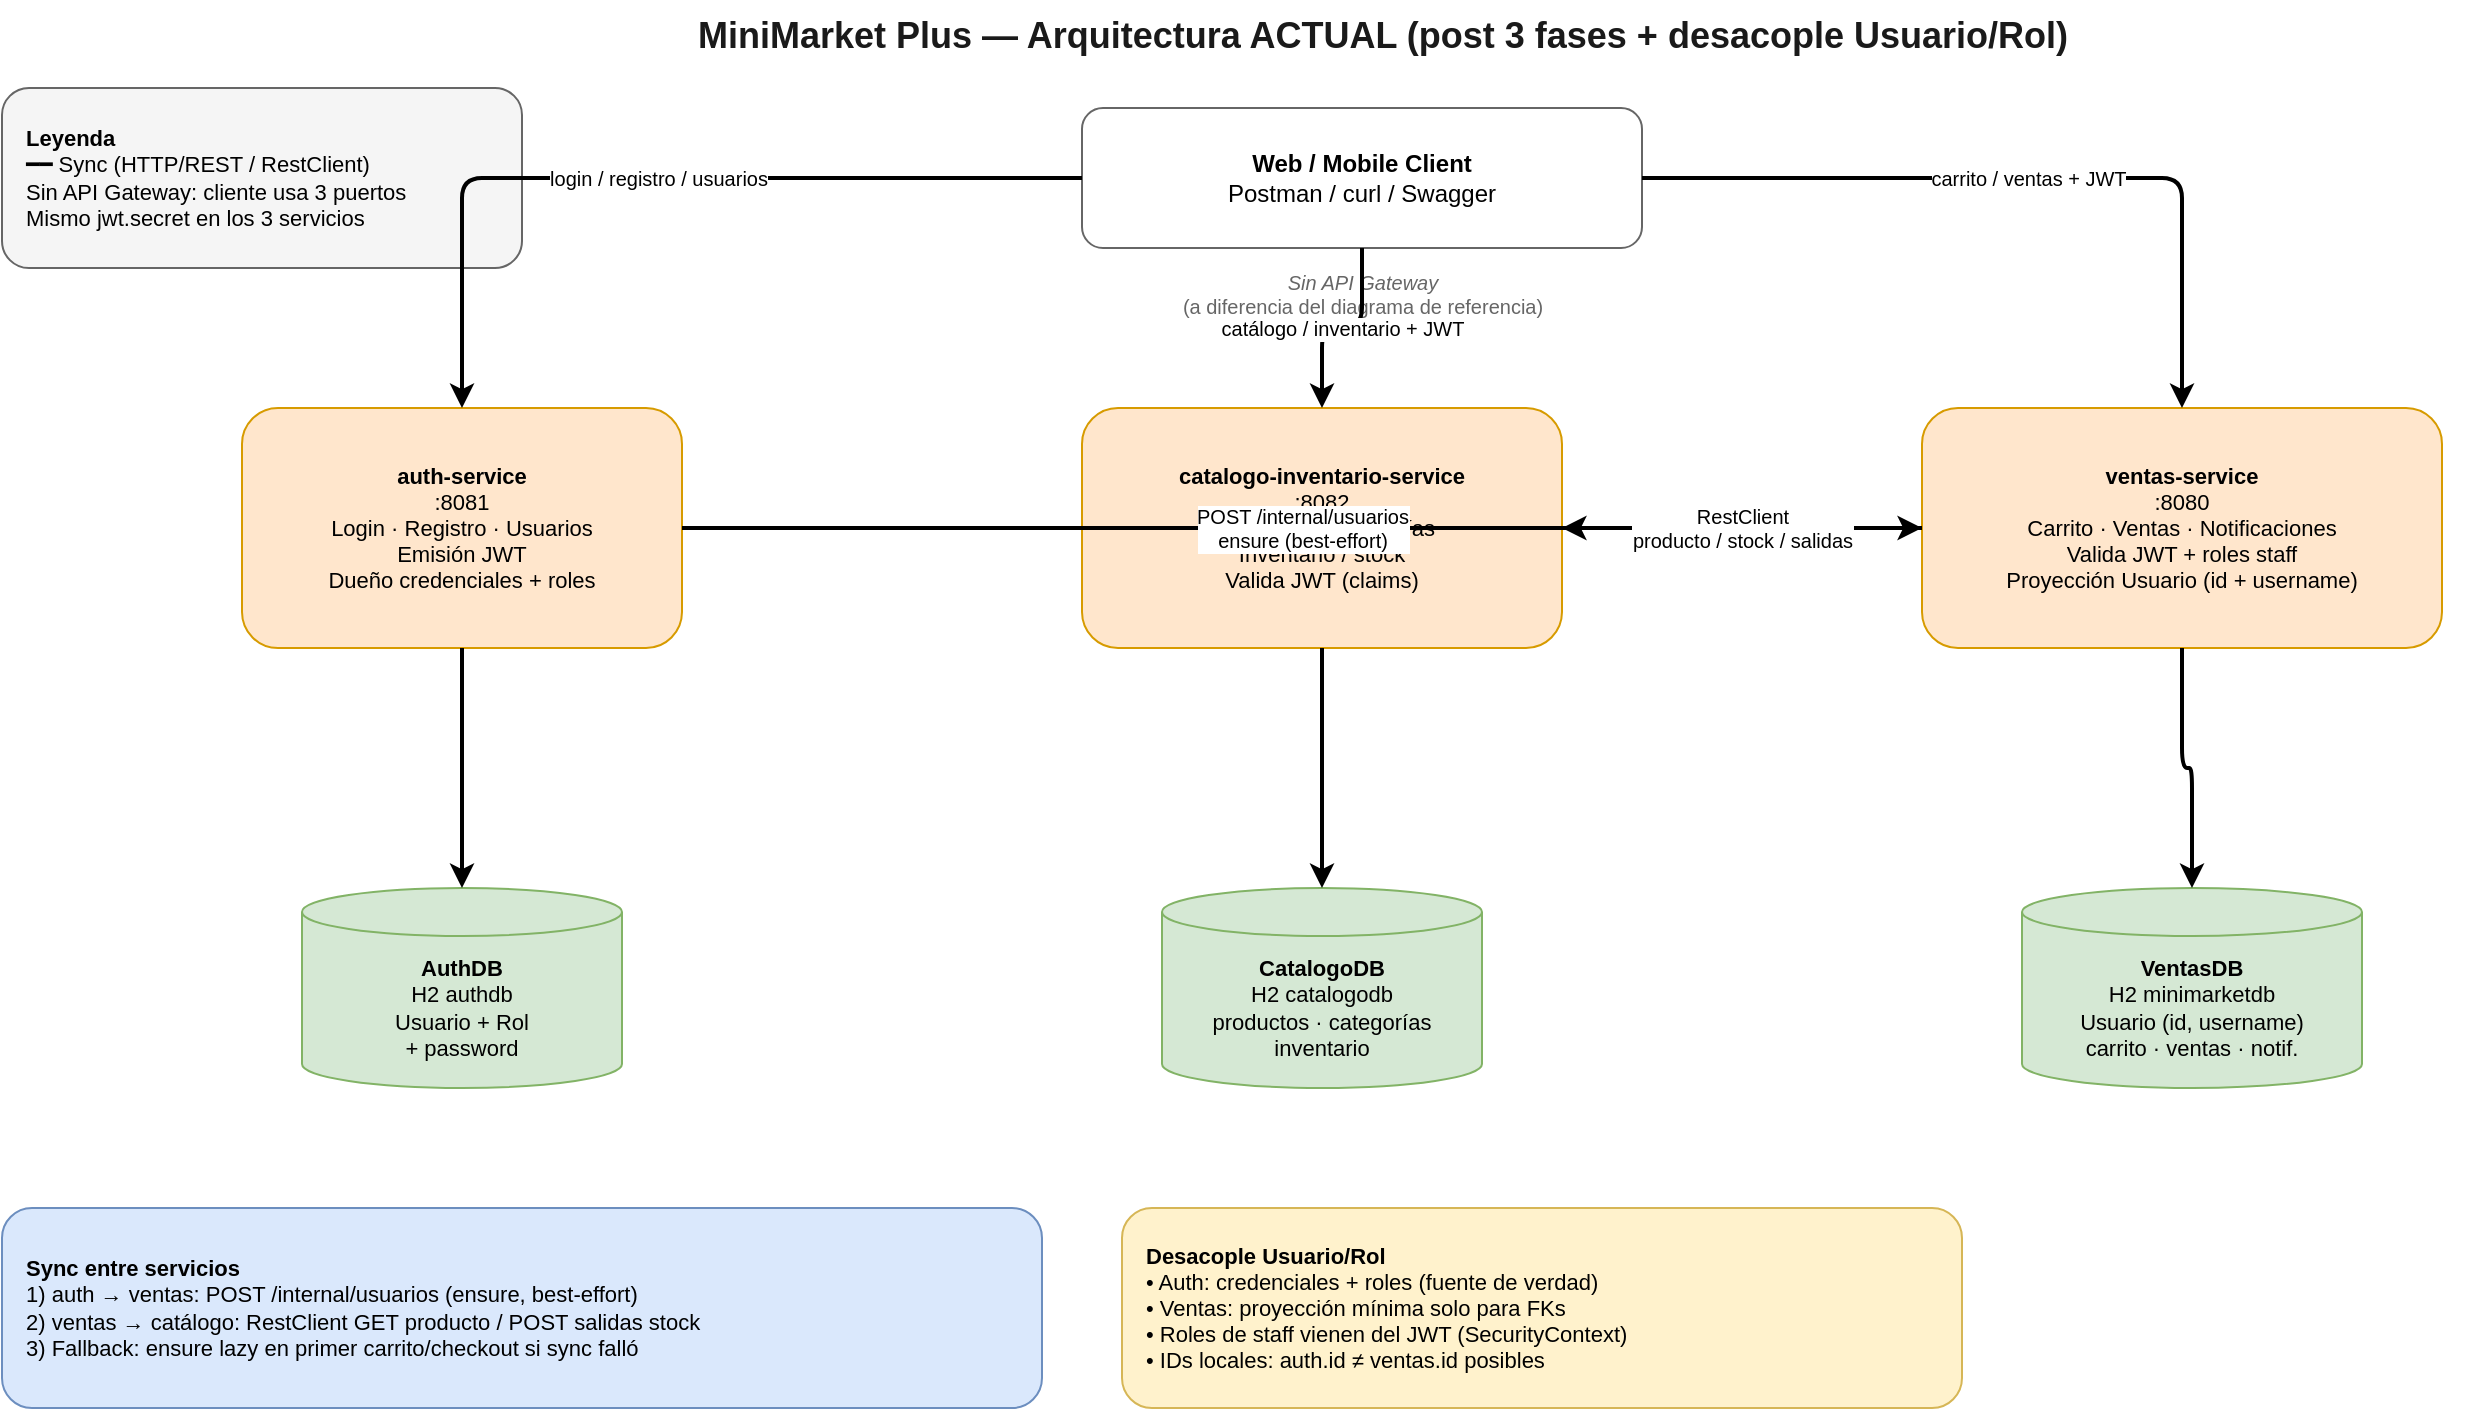
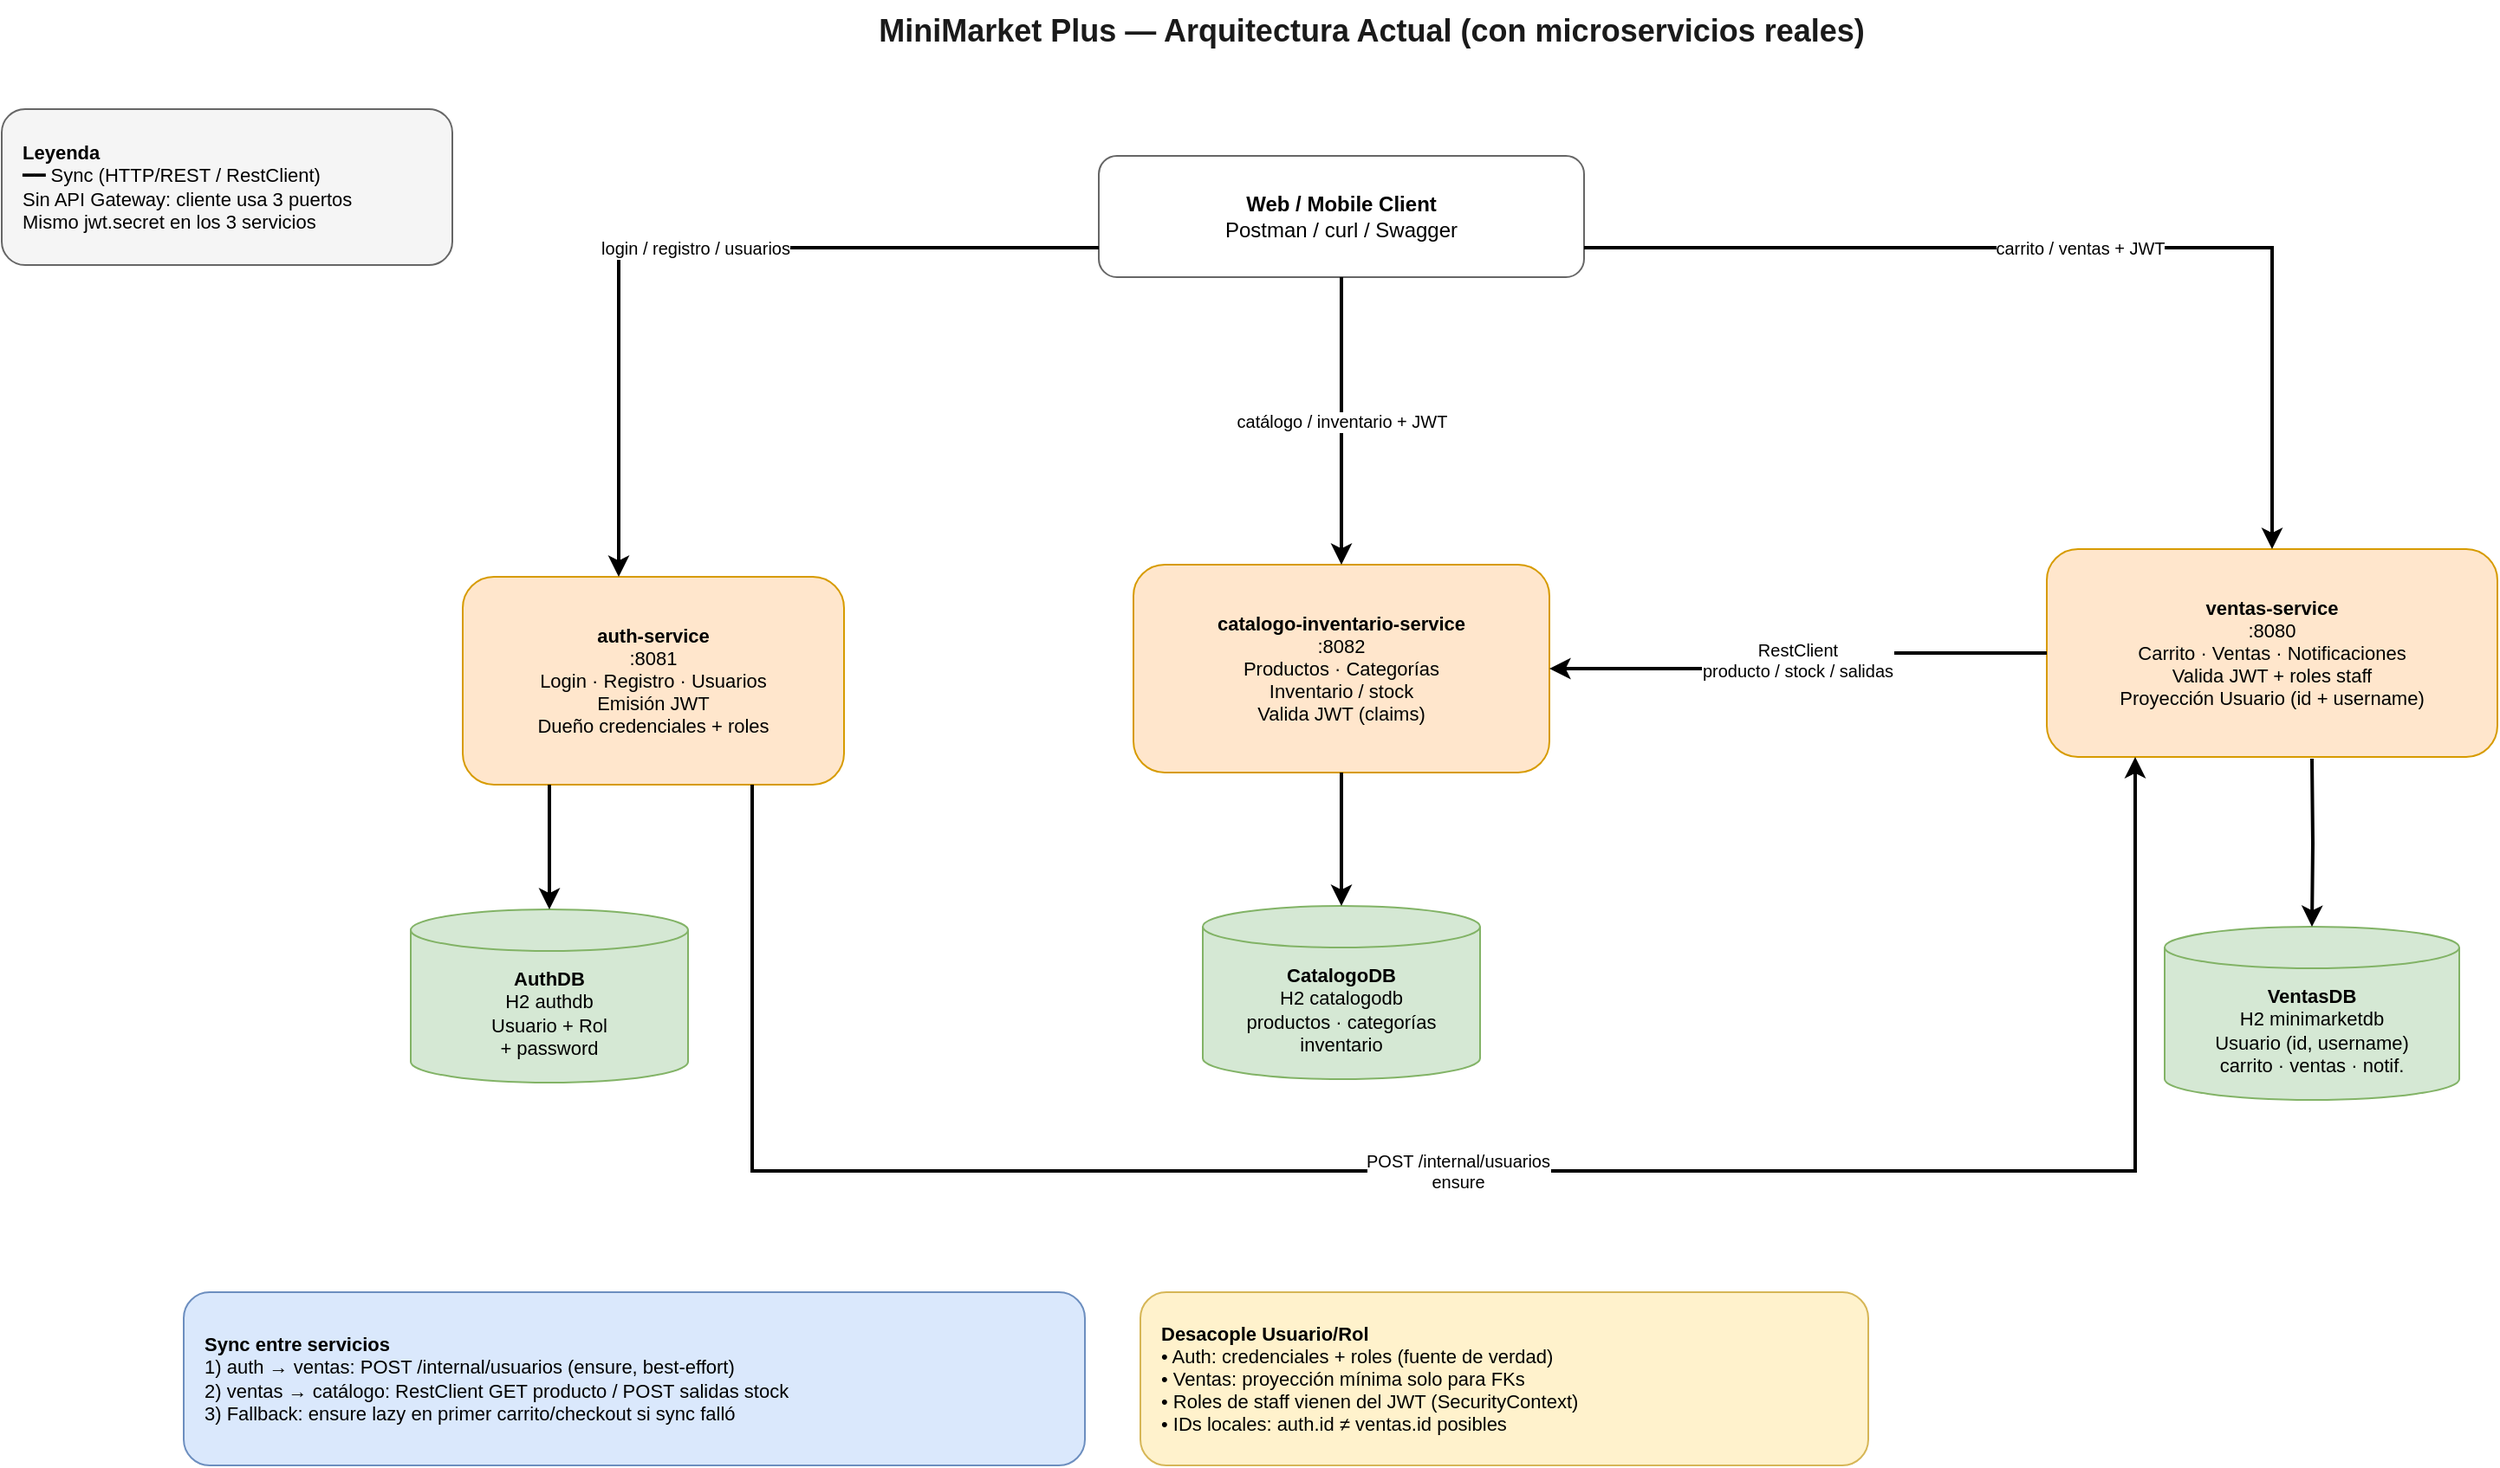
- <mxfile host="app.diagrams.net" modified="2026-07-17T20:33:00.000Z" agent="Cursor" version="24.0.0">
-   <diagram id="actual" name="Actual - Microservicios">
-     <mxGraphModel dx="1600" dy="1000" grid="1" gridSize="10" guides="1" tooltips="1" connect="1" arrows="1" fold="1" page="1" pageScale="1" pageWidth="1600" pageHeight="1000" math="0" shadow="0" adaptiveColors="auto">
+ <mxfile host="app.diagrams.net">
+   <diagram name="Page-1" id="FmcVAvdc35xZ9zbnv-QO">
+     <mxGraphModel dx="2414" dy="1465" grid="1" gridSize="10" guides="1" tooltips="1" connect="1" arrows="1" fold="1" page="1" pageScale="1" pageWidth="1600" pageHeight="1000" math="0" shadow="0" adaptiveColors="auto">
      <root>
-         <mxCell id="0"/>
-         <mxCell id="1" parent="0"/>
-         <mxCell id="title" value="MiniMarket Plus — Arquitectura ACTUAL (post 3 fases + desacople Usuario/Rol)" style="text;html=1;fontSize=18;fontStyle=1;align=center;verticalAlign=middle;fontColor=#1a1a1a;" vertex="1" parent="1">
-           <mxGeometry x="180" y="16" width="1100" height="36" as="geometry"/>
+         <mxCell id="0" />
+         <mxCell id="1" parent="0" />
+         <mxCell id="title" parent="1" style="text;html=1;fontSize=18;fontStyle=1;align=center;verticalAlign=middle;fontColor=#1a1a1a;" value="MiniMarket Plus — Arquitectura Actual (con microservicios reales)" vertex="1">
+           <mxGeometry height="36" width="1100" x="187" y="-20" as="geometry" />
        </mxCell>
-         <mxCell id="legend" value="&lt;b&gt;Leyenda&lt;/b&gt;&lt;br&gt;━━ Sync (HTTP/REST / RestClient)&lt;br&gt;Sin API Gateway: cliente usa 3 puertos&lt;br&gt;Mismo jwt.secret en los 3 servicios" style="rounded=1;whiteSpace=wrap;html=1;align=left;spacingLeft=10;fillColor=#f5f5f5;strokeColor=#666666;fontSize=11;" vertex="1" parent="1">
-           <mxGeometry x="40" y="60" width="260" height="90" as="geometry"/>
+         <mxCell id="legend" parent="1" style="rounded=1;whiteSpace=wrap;html=1;align=left;spacingLeft=10;fillColor=#f5f5f5;strokeColor=#666666;fontSize=11;" value="&lt;b&gt;Leyenda&lt;/b&gt;&lt;br&gt;━━ Sync (HTTP/REST / RestClient)&lt;br&gt;Sin API Gateway: cliente usa 3 puertos&lt;br&gt;Mismo jwt.secret en los 3 servicios" vertex="1">
+           <mxGeometry height="90" width="260" x="-53" y="43" as="geometry" />
        </mxCell>
-         <mxCell id="client" value="&lt;b&gt;Web / Mobile Client&lt;/b&gt;&lt;br&gt;Postman / curl / Swagger" style="rounded=1;whiteSpace=wrap;html=1;fillColor=#ffffff;strokeColor=#666666;" vertex="1" parent="1">
-           <mxGeometry x="580" y="70" width="280" height="70" as="geometry"/>
+         <mxCell id="client" parent="1" style="rounded=1;whiteSpace=wrap;html=1;fillColor=#ffffff;strokeColor=#666666;" value="&lt;b&gt;Web / Mobile Client&lt;/b&gt;&lt;br&gt;Postman / curl / Swagger" vertex="1">
+           <mxGeometry height="70" width="280" x="580" y="70" as="geometry" />
        </mxCell>
-         <mxCell id="noteGw" value="&lt;i&gt;Sin API Gateway&lt;/i&gt;&lt;br&gt;(a diferencia del diagrama de referencia)" style="text;html=1;align=center;fontSize=10;fontColor=#666666;" vertex="1" parent="1">
-           <mxGeometry x="580" y="145" width="280" height="36" as="geometry"/>
+         <mxCell id="auth" parent="1" style="rounded=1;whiteSpace=wrap;html=1;fillColor=#ffe6cc;strokeColor=#d79b00;fontSize=11;" value="&lt;b&gt;auth-service&lt;/b&gt;&lt;br&gt;:8081&lt;br&gt;Login · Registro · Usuarios&lt;br&gt;Emisión JWT&lt;br&gt;Dueño credenciales + roles" vertex="1">
+           <mxGeometry height="120" width="220" x="213" y="313" as="geometry" />
        </mxCell>
-         <mxCell id="auth" value="&lt;b&gt;auth-service&lt;/b&gt;&lt;br&gt;:8081&lt;br&gt;Login · Registro · Usuarios&lt;br&gt;Emisión JWT&lt;br&gt;Dueño credenciales + roles" style="rounded=1;whiteSpace=wrap;html=1;fillColor=#ffe6cc;strokeColor=#d79b00;fontSize=11;" vertex="1" parent="1">
-           <mxGeometry x="160" y="220" width="220" height="120" as="geometry"/>
+         <mxCell id="catalogo" parent="1" style="rounded=1;whiteSpace=wrap;html=1;fillColor=#ffe6cc;strokeColor=#d79b00;fontSize=11;" value="&lt;b&gt;catalogo-inventario-service&lt;/b&gt;&lt;br&gt;:8082&lt;br&gt;Productos · Categorías&lt;br&gt;Inventario / stock&lt;br&gt;Valida JWT (claims)" vertex="1">
+           <mxGeometry height="120" width="240" x="600" y="306" as="geometry" />
        </mxCell>
-         <mxCell id="catalogo" value="&lt;b&gt;catalogo-inventario-service&lt;/b&gt;&lt;br&gt;:8082&lt;br&gt;Productos · Categorías&lt;br&gt;Inventario / stock&lt;br&gt;Valida JWT (claims)" style="rounded=1;whiteSpace=wrap;html=1;fillColor=#ffe6cc;strokeColor=#d79b00;fontSize=11;" vertex="1" parent="1">
-           <mxGeometry x="580" y="220" width="240" height="120" as="geometry"/>
+         <mxCell id="ventas" parent="1" style="rounded=1;whiteSpace=wrap;html=1;fillColor=#ffe6cc;strokeColor=#d79b00;fontSize=11;" value="&lt;b&gt;ventas-service&lt;/b&gt;&lt;br&gt;:8080&lt;br&gt;Carrito · Ventas · Notificaciones&lt;br&gt;Valida JWT + roles staff&lt;br&gt;Proyección Usuario (id + username)" vertex="1">
+           <mxGeometry height="120" width="260" x="1127" y="297" as="geometry" />
        </mxCell>
-         <mxCell id="ventas" value="&lt;b&gt;ventas-service&lt;/b&gt;&lt;br&gt;:8080&lt;br&gt;Carrito · Ventas · Notificaciones&lt;br&gt;Valida JWT + roles staff&lt;br&gt;Proyección Usuario (id + username)" style="rounded=1;whiteSpace=wrap;html=1;fillColor=#ffe6cc;strokeColor=#d79b00;fontSize=11;" vertex="1" parent="1">
-           <mxGeometry x="1000" y="220" width="260" height="120" as="geometry"/>
+         <mxCell id="authdb" parent="1" style="shape=cylinder3;whiteSpace=wrap;html=1;boundedLbl=1;backgroundOutline=1;size=12;fillColor=#d5e8d4;strokeColor=#82b366;fontSize=11;" value="&lt;b&gt;AuthDB&lt;/b&gt;&lt;br&gt;H2 authdb&lt;br&gt;Usuario + Rol&lt;br&gt;+ password" vertex="1">
+           <mxGeometry height="100" width="160" x="183" y="505" as="geometry" />
        </mxCell>
-         <mxCell id="authdb" value="&lt;b&gt;AuthDB&lt;/b&gt;&lt;br&gt;H2 authdb&lt;br&gt;Usuario + Rol&lt;br&gt;+ password" style="shape=cylinder3;whiteSpace=wrap;html=1;boundedLbl=1;backgroundOutline=1;size=12;fillColor=#d5e8d4;strokeColor=#82b366;fontSize=11;" vertex="1" parent="1">
-           <mxGeometry x="190" y="460" width="160" height="100" as="geometry"/>
+         <mxCell id="catdb" parent="1" style="shape=cylinder3;whiteSpace=wrap;html=1;boundedLbl=1;backgroundOutline=1;size=12;fillColor=#d5e8d4;strokeColor=#82b366;fontSize=11;" value="&lt;b&gt;CatalogoDB&lt;/b&gt;&lt;br&gt;H2 catalogodb&lt;br&gt;productos · categorías&lt;br&gt;inventario" vertex="1">
+           <mxGeometry height="100" width="160" x="640" y="503" as="geometry" />
        </mxCell>
-         <mxCell id="catdb" value="&lt;b&gt;CatalogoDB&lt;/b&gt;&lt;br&gt;H2 catalogodb&lt;br&gt;productos · categorías&lt;br&gt;inventario" style="shape=cylinder3;whiteSpace=wrap;html=1;boundedLbl=1;backgroundOutline=1;size=12;fillColor=#d5e8d4;strokeColor=#82b366;fontSize=11;" vertex="1" parent="1">
-           <mxGeometry x="620" y="460" width="160" height="100" as="geometry"/>
+         <mxCell id="vendb" parent="1" style="shape=cylinder3;whiteSpace=wrap;html=1;boundedLbl=1;backgroundOutline=1;size=12;fillColor=#d5e8d4;strokeColor=#82b366;fontSize=11;" value="&lt;b&gt;VentasDB&lt;/b&gt;&lt;br&gt;H2 minimarketdb&lt;br&gt;Usuario (id, username)&lt;br&gt;carrito · ventas · notif." vertex="1">
+           <mxGeometry height="100" width="170" x="1195" y="515" as="geometry" />
        </mxCell>
-         <mxCell id="vendb" value="&lt;b&gt;VentasDB&lt;/b&gt;&lt;br&gt;H2 minimarketdb&lt;br&gt;Usuario (id, username)&lt;br&gt;carrito · ventas · notif." style="shape=cylinder3;whiteSpace=wrap;html=1;boundedLbl=1;backgroundOutline=1;size=12;fillColor=#d5e8d4;strokeColor=#82b366;fontSize=11;" vertex="1" parent="1">
-           <mxGeometry x="1050" y="460" width="170" height="100" as="geometry"/>
+         <mxCell id="boxSync" parent="1" style="rounded=1;whiteSpace=wrap;html=1;align=left;spacingLeft=10;fillColor=#dae8fc;strokeColor=#6c8ebf;fontSize=11;" value="&lt;b&gt;Sync entre servicios&lt;/b&gt;&lt;br&gt;1) auth → ventas: POST /internal/usuarios (ensure, best-effort)&lt;br&gt;2) ventas → catálogo: RestClient GET producto / POST salidas stock&lt;br&gt;3) Fallback: ensure lazy en primer carrito/checkout si sync falló" vertex="1">
+           <mxGeometry height="100" width="520" x="52" y="726" as="geometry" />
        </mxCell>
-         <mxCell id="boxSync" value="&lt;b&gt;Sync entre servicios&lt;/b&gt;&lt;br&gt;1) auth → ventas: POST /internal/usuarios (ensure, best-effort)&lt;br&gt;2) ventas → catálogo: RestClient GET producto / POST salidas stock&lt;br&gt;3) Fallback: ensure lazy en primer carrito/checkout si sync falló" style="rounded=1;whiteSpace=wrap;html=1;align=left;spacingLeft=10;fillColor=#dae8fc;strokeColor=#6c8ebf;fontSize=11;" vertex="1" parent="1">
-           <mxGeometry x="40" y="620" width="520" height="100" as="geometry"/>
+         <mxCell id="boxNote" parent="1" style="rounded=1;whiteSpace=wrap;html=1;align=left;spacingLeft=10;fillColor=#fff2cc;strokeColor=#d6b656;fontSize=11;" value="&lt;b&gt;Desacople Usuario/Rol&lt;/b&gt;&lt;br&gt;• Auth: credenciales + roles (fuente de verdad)&lt;br&gt;• Ventas: proyección mínima solo para FKs&lt;br&gt;• Roles de staff vienen del JWT (SecurityContext)&lt;br&gt;• IDs locales: auth.id ≠ ventas.id posibles" vertex="1">
+           <mxGeometry height="100" width="420" x="604" y="726" as="geometry" />
        </mxCell>
-         <mxCell id="boxNote" value="&lt;b&gt;Desacople Usuario/Rol&lt;/b&gt;&lt;br&gt;• Auth: credenciales + roles (fuente de verdad)&lt;br&gt;• Ventas: proyección mínima solo para FKs&lt;br&gt;• Roles de staff vienen del JWT (SecurityContext)&lt;br&gt;• IDs locales: auth.id ≠ ventas.id posibles" style="rounded=1;whiteSpace=wrap;html=1;align=left;spacingLeft=10;fillColor=#fff2cc;strokeColor=#d6b656;fontSize=11;" vertex="1" parent="1">
-           <mxGeometry x="600" y="620" width="420" height="100" as="geometry"/>
+         <mxCell id="eClientAuth" edge="1" parent="1" source="client" style="endArrow=classic;strokeWidth=2;strokeColor=#000000;fontSize=10;edgeStyle=orthogonalEdgeStyle;rounded=0;orthogonalLoop=1;jettySize=auto;html=1;" target="auth" value="login / registro / usuarios">
+           <mxGeometry relative="1" as="geometry">
+             <Array as="points">
+               <mxPoint x="303" y="123" />
+             </Array>
+           </mxGeometry>
        </mxCell>
-         <mxCell id="eClientAuth" value="login / registro / usuarios" style="edgeStyle=orthogonalEdgeStyle;rounded=1;html=1;endArrow=classic;strokeWidth=2;strokeColor=#000000;fontSize=10;" edge="1" parent="1" source="client" target="auth">
-           <mxGeometry relative="1" as="geometry"/>
+         <mxCell id="eClientCat" edge="1" parent="1" source="client" style="endArrow=classic;strokeWidth=2;strokeColor=#000000;fontSize=10;edgeStyle=orthogonalEdgeStyle;rounded=0;libavoidRouting=1;orthogonalLoop=1;jettySize=auto;html=1;" target="catalogo" value="catálogo / inventario + JWT">
+           <mxGeometry relative="1" as="geometry" />
        </mxCell>
-         <mxCell id="eClientCat" value="catálogo / inventario + JWT" style="edgeStyle=orthogonalEdgeStyle;rounded=1;html=1;endArrow=classic;strokeWidth=2;strokeColor=#000000;fontSize=10;" edge="1" parent="1" source="client" target="catalogo">
-           <mxGeometry relative="1" as="geometry"/>
+         <mxCell id="eClientVen" edge="1" parent="1" source="client" style="endArrow=classic;strokeWidth=2;strokeColor=#000000;fontSize=10;edgeStyle=orthogonalEdgeStyle;rounded=0;orthogonalLoop=1;jettySize=auto;html=1;" target="ventas" value="carrito / ventas + JWT">
+           <mxGeometry relative="1" as="geometry">
+             <Array as="points">
+               <mxPoint x="1257" y="123" />
+             </Array>
+           </mxGeometry>
        </mxCell>
-         <mxCell id="eClientVen" value="carrito / ventas + JWT" style="edgeStyle=orthogonalEdgeStyle;rounded=1;html=1;endArrow=classic;strokeWidth=2;strokeColor=#000000;fontSize=10;" edge="1" parent="1" source="client" target="ventas">
-           <mxGeometry relative="1" as="geometry"/>
+         <mxCell id="eAuthDb" edge="1" parent="1" source="auth" style="endArrow=classic;strokeWidth=2;strokeColor=#000000;edgeStyle=orthogonalEdgeStyle;rounded=0;orthogonalLoop=1;jettySize=auto;html=1;" target="authdb" value="">
+           <mxGeometry relative="1" as="geometry">
+             <Array as="points">
+               <mxPoint x="263" y="456" />
+               <mxPoint x="263" y="456" />
+             </Array>
+           </mxGeometry>
        </mxCell>
-         <mxCell id="eAuthDb" value="" style="edgeStyle=orthogonalEdgeStyle;rounded=1;html=1;endArrow=classic;strokeWidth=2;strokeColor=#000000;" edge="1" parent="1" source="auth" target="authdb">
-           <mxGeometry relative="1" as="geometry"/>
+         <mxCell id="eCatDb" edge="1" parent="1" source="catalogo" style="endArrow=classic;strokeWidth=2;strokeColor=#000000;edgeStyle=orthogonalEdgeStyle;rounded=0;libavoidRouting=1;orthogonalLoop=1;jettySize=auto;html=1;" target="catdb" value="">
+           <mxGeometry relative="1" as="geometry" />
        </mxCell>
-         <mxCell id="eCatDb" value="" style="edgeStyle=orthogonalEdgeStyle;rounded=1;html=1;endArrow=classic;strokeWidth=2;strokeColor=#000000;" edge="1" parent="1" source="catalogo" target="catdb">
-           <mxGeometry relative="1" as="geometry"/>
+         <mxCell id="eVenDb" edge="1" parent="1" style="endArrow=classic;strokeWidth=2;strokeColor=#000000;edgeStyle=orthogonalEdgeStyle;rounded=0;libavoidRouting=1;orthogonalLoop=1;jettySize=auto;html=1;" target="vendb" value="">
+           <mxGeometry relative="1" as="geometry">
+             <mxPoint x="1280" y="418" as="sourcePoint" />
+           </mxGeometry>
        </mxCell>
-         <mxCell id="eVenDb" value="" style="edgeStyle=orthogonalEdgeStyle;rounded=1;html=1;endArrow=classic;strokeWidth=2;strokeColor=#000000;" edge="1" parent="1" source="ventas" target="vendb">
-           <mxGeometry relative="1" as="geometry"/>
+         <mxCell id="eEnsure" edge="1" parent="1" source="auth" style="endArrow=classic;strokeWidth=2;strokeColor=#000000;fontSize=10;fontColor=#000000;edgeStyle=orthogonalEdgeStyle;rounded=0;orthogonalLoop=1;jettySize=auto;html=1;" target="ventas" value="POST /internal/usuarios&lt;br&gt;ensure">
+           <mxGeometry relative="1" as="geometry">
+             <Array as="points">
+               <mxPoint x="380" y="656" />
+               <mxPoint x="1178" y="656" />
+             </Array>
+           </mxGeometry>
        </mxCell>
-         <mxCell id="eEnsure" value="POST /internal/usuarios&#xa;ensure (best-effort)" style="edgeStyle=orthogonalEdgeStyle;rounded=1;html=1;endArrow=classic;strokeWidth=2;strokeColor=#000000;fontSize=10;fontColor=#000000;" edge="1" parent="1" source="auth" target="ventas">
-           <mxGeometry relative="1" as="geometry"/>
-         </mxCell>
-         <mxCell id="eStock" value="RestClient&#xa;producto / stock / salidas" style="edgeStyle=orthogonalEdgeStyle;rounded=1;html=1;endArrow=classic;strokeWidth=2;strokeColor=#000000;fontSize=10;" edge="1" parent="1" source="ventas" target="catalogo">
-           <mxGeometry relative="1" as="geometry"/>
+         <mxCell id="eStock" edge="1" parent="1" source="ventas" style="endArrow=classic;strokeWidth=2;strokeColor=#000000;fontSize=10;edgeStyle=orthogonalEdgeStyle;rounded=0;libavoidRouting=1;orthogonalLoop=1;jettySize=auto;html=1;" target="catalogo" value="RestClient&#xa;producto / stock / salidas">
+           <mxGeometry relative="1" as="geometry">
+             <Array as="points">
+               <mxPoint x="983" y="357" />
+               <mxPoint x="983" y="366" />
+             </Array>
+           </mxGeometry>
        </mxCell>
      </root>
    </mxGraphModel>
  </diagram>
</mxfile>
